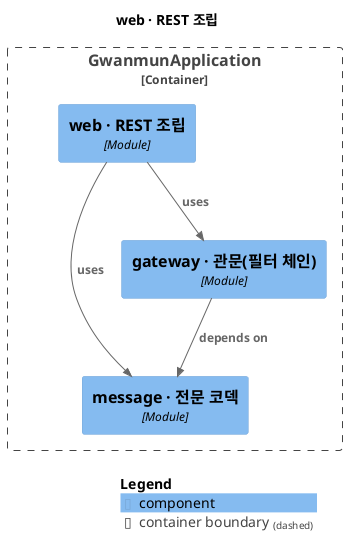
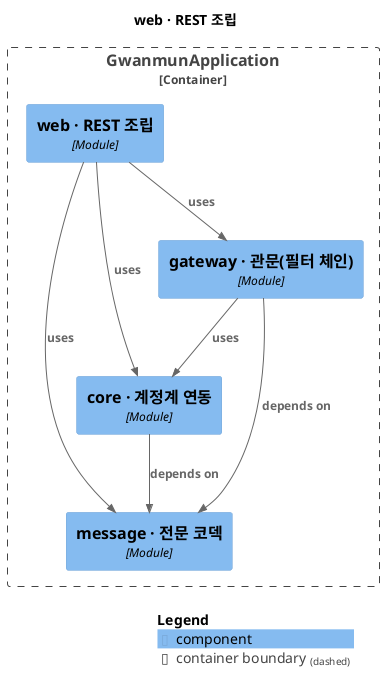
@startuml
set separator none
title web · REST 조립

top to bottom direction

!include <C4/C4>
!include <C4/C4_Context>
!include <C4/C4_Component>

Container_Boundary("GwanmunApplication.GwanmunApplication_boundary", "GwanmunApplication", $tags="") {
+   Component(GwanmunApplication.GwanmunApplication.core계정계연동, "core · 계정계 연동", $techn="Module", $descr="", $tags="", $link="")
  Component(GwanmunApplication.GwanmunApplication.webREST조립, "web · REST 조립", $techn="Module", $descr="", $tags="", $link="")
  Component(GwanmunApplication.GwanmunApplication.message전문코덱, "message · 전문 코덱", $techn="Module", $descr="", $tags="", $link="")
  Component(GwanmunApplication.GwanmunApplication.gateway관문필터체인, "gateway · 관문(필터 체인)", $techn="Module", $descr="", $tags="", $link="")
}

Rel(GwanmunApplication.GwanmunApplication.webREST조립, GwanmunApplication.GwanmunApplication.gateway관문필터체인, "uses", $techn="", $tags="", $link="")
Rel(GwanmunApplication.GwanmunApplication.webREST조립, GwanmunApplication.GwanmunApplication.message전문코덱, "uses", $techn="", $tags="", $link="")
+ Rel(GwanmunApplication.GwanmunApplication.webREST조립, GwanmunApplication.GwanmunApplication.core계정계연동, "uses", $techn="", $tags="", $link="")
+ Rel(GwanmunApplication.GwanmunApplication.core계정계연동, GwanmunApplication.GwanmunApplication.message전문코덱, "depends on", $techn="", $tags="", $link="")
Rel(GwanmunApplication.GwanmunApplication.gateway관문필터체인, GwanmunApplication.GwanmunApplication.message전문코덱, "depends on", $techn="", $tags="", $link="")
+ Rel(GwanmunApplication.GwanmunApplication.gateway관문필터체인, GwanmunApplication.GwanmunApplication.core계정계연동, "uses", $techn="", $tags="", $link="")

SHOW_LEGEND(true)
@enduml